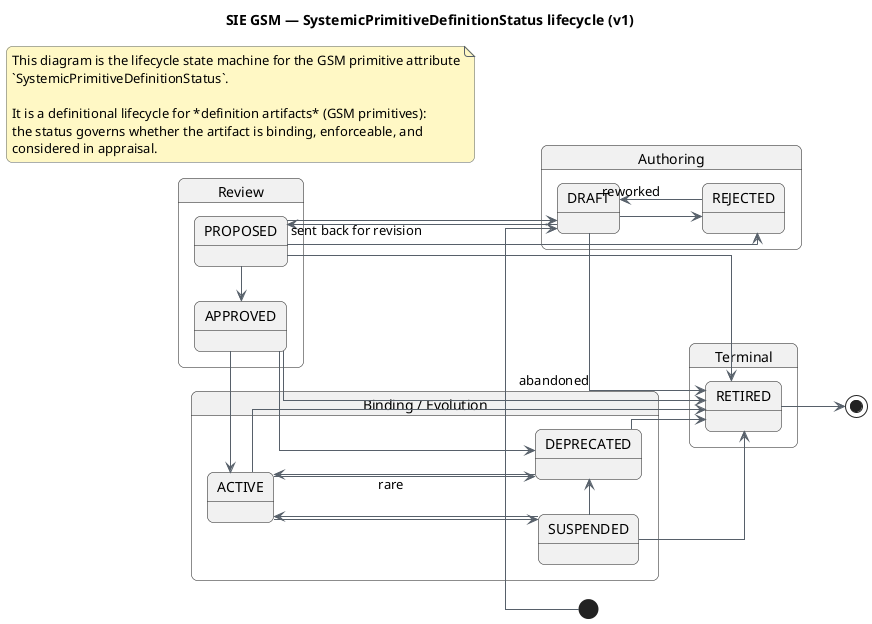
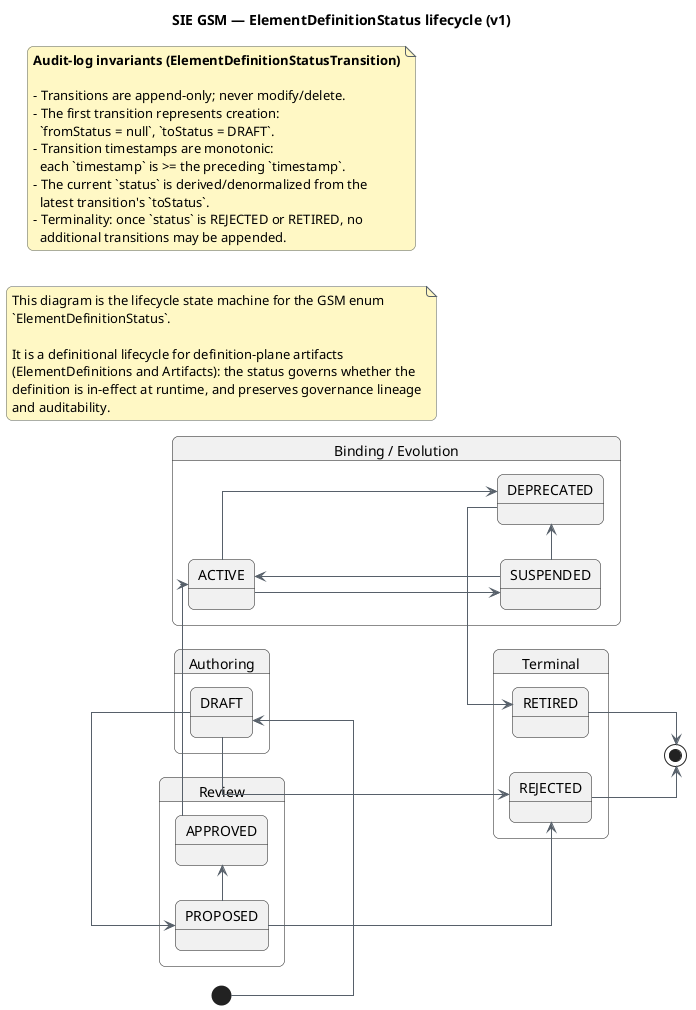
@startuml sie-gsm-definition-lifecycle-v1

' ============================================================
' VISUAL THEME
' ============================================================

left to right direction
skinparam shadowing false
skinparam linetype ortho
skinparam roundcorner 12
skinparam ArrowColor #57606A
skinparam DefaultFontName "SansSerif"
skinparam backgroundColor #FFFFFF

skinparam packageStyle rectangle
skinparam packageBackgroundColor #F6F8FA
skinparam packageBorderColor #57606A

skinparam classBackgroundColor #FFFFFF
skinparam classBorderColor #57606A
skinparam classFontColor #24292F

skinparam noteBackgroundColor #FFF8C5
skinparam noteBorderColor #57606A

- title SIE GSM — SystemicPrimitiveDefinitionStatus lifecycle (v1)
+ title SIE GSM — ElementDefinitionStatus lifecycle (v1)

note as Legend
-   This diagram is the lifecycle state machine for the GSM primitive attribute
-   `SystemicPrimitiveDefinitionStatus`.
+   This diagram is the lifecycle state machine for the GSM enum
+   `ElementDefinitionStatus`.

-   It is a definitional lifecycle for *definition artifacts* (GSM primitives):
-   the status governs whether the artifact is binding, enforceable, and
-   considered in appraisal.
+   It is a definitional lifecycle for definition-plane artifacts
+   (ElementDefinitions and Artifacts): the status governs whether the
+   definition is in-effect at runtime, and preserves governance lineage
+   and auditability.
+ end note
+ 
+ note as AuditRules
+   **Audit-log invariants (ElementDefinitionStatusTransition)**
+ 
+   - Transitions are append-only; never modify/delete.
+   - The first transition represents creation:
+     `fromStatus = null`, `toStatus = DRAFT`.
+   - Transition timestamps are monotonic:
+     each `timestamp` is >= the preceding `timestamp`.
+   - The current `status` is derived/denormalized from the
+     latest transition's `toStatus`.
+   - Terminality: once `status` is REJECTED or RETIRED, no
+     additional transitions may be appended.
end note

state "Authoring" as Authoring {
  state DRAFT
-   state REJECTED
}

state "Review" as Review {
  state PROPOSED
  state APPROVED
}

state "Binding / Evolution" as Binding {
  state ACTIVE
  state SUSPENDED
  state DEPRECATED
}

state "Terminal" as Terminal {
+   state REJECTED
  state RETIRED
}

' ------------------------------------------------------------
' Primary (happy-path) flow
' ------------------------------------------------------------

[*] -right-> DRAFT
DRAFT -right-> PROPOSED
PROPOSED -right-> APPROVED
APPROVED -right-> ACTIVE
ACTIVE -right-> DEPRECATED
DEPRECATED -right-> RETIRED
+ REJECTED --> [*]
RETIRED --> [*]

' ------------------------------------------------------------
' Exceptional / corrective flows
' ------------------------------------------------------------

DRAFT -down-> REJECTED
- REJECTED -up-> DRAFT : reworked
- 
- PROPOSED -down-> DRAFT : sent back for revision
PROPOSED -down-> REJECTED
- 
- APPROVED -down-> DEPRECATED

ACTIVE -down-> SUSPENDED
SUSPENDED -up-> ACTIVE
SUSPENDED -right-> DEPRECATED

- ' ------------------------------------------------------------
- ' Retirement can occur from multiple statuses
- ' ------------------------------------------------------------
- 
- DRAFT -down-> RETIRED : abandoned
- PROPOSED -down-> RETIRED
- APPROVED -down-> RETIRED
- ACTIVE -down-> RETIRED
- SUSPENDED -down-> RETIRED
- 
- DEPRECATED -up-> ACTIVE : rare
- 
@enduml
